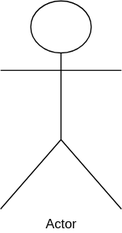
Earlier version of the draw.io export 유스케이스.svg (pjw0808/board). Source tidied: cells renumbered, new cells last; positions are measured from the earlier drawing's top-left corner, leaving out a move shared by most shapes.
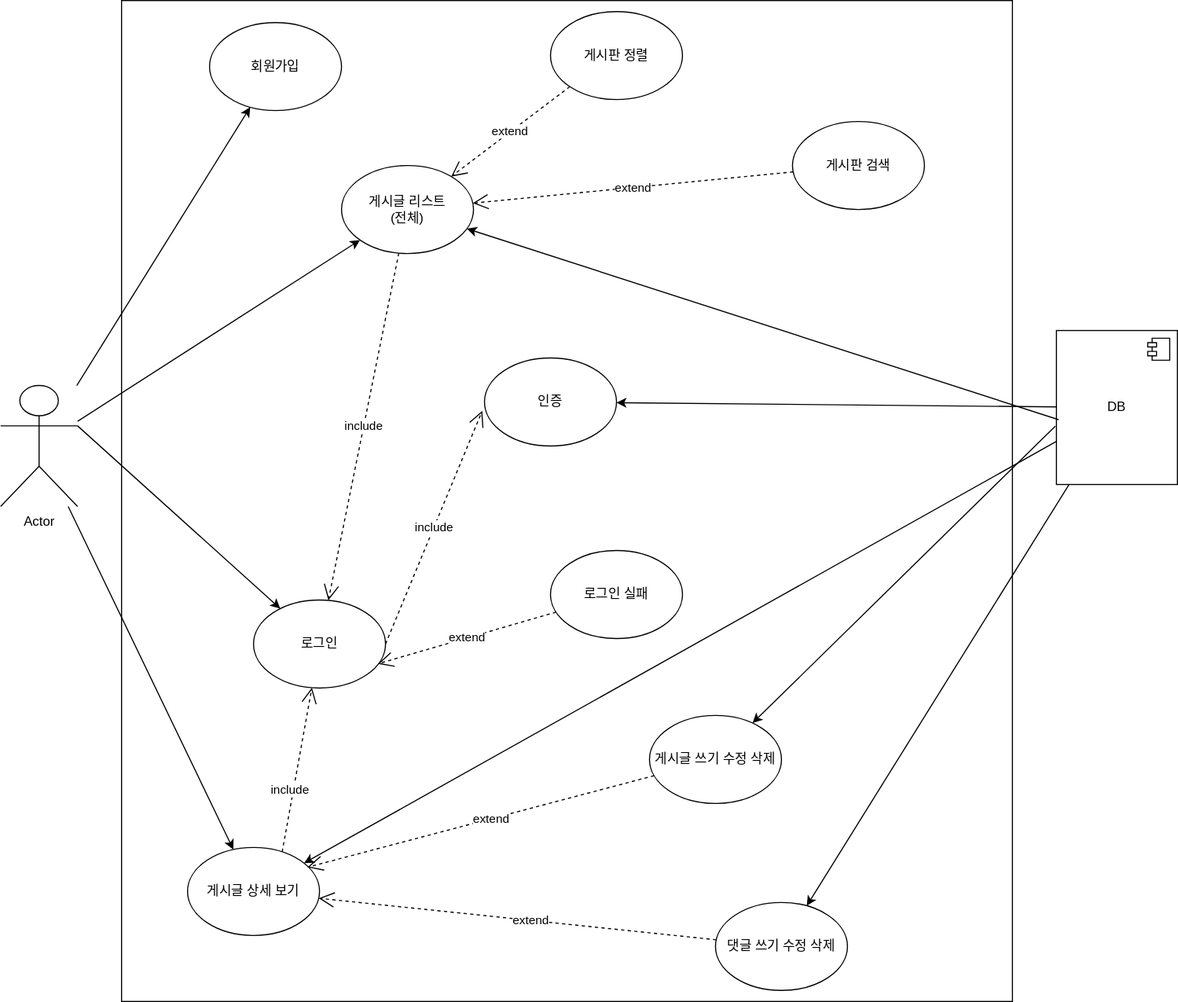
After the commit.

Commit message:
유스케이스.svg 업데이트

Diff of the diagram source:
```diff
@@ -3,7 +3,99 @@
     <mxCell id="0" />
     <mxCell id="1" parent="0" />
     <mxCell id="2" value="Actor" style="shape=umlActor;verticalLabelPosition=bottom;verticalAlign=top;html=1;outlineConnect=0;" parent="1" vertex="1">
-      <mxGeometry width="110" height="190" as="geometry" />
+      <mxGeometry width="70" height="110" as="geometry" />
     </mxCell>
+    <mxCell id="3" style="rounded=0;whiteSpace=wrap;html=1;" parent="1" vertex="1">
+      <mxGeometry x="110" y="-350" width="810" height="910" as="geometry" />
+    </mxCell>
+    <mxCell id="4" value="댓글 쓰기 수정 삭제" style="ellipse;whiteSpace=wrap;html=1;" parent="1" vertex="1">
+      <mxGeometry x="650" y="470" width="120" height="80" as="geometry" />
+    </mxCell>
+    <mxCell id="5" value="회원가입" style="ellipse;whiteSpace=wrap;html=1;" parent="1" vertex="1">
+      <mxGeometry x="190" y="-330" width="120" height="80" as="geometry" />
+    </mxCell>
+    <mxCell id="6" value="게시글 쓰기 수정 삭제" style="ellipse;whiteSpace=wrap;html=1;" parent="1" vertex="1">
+      <mxGeometry x="590" y="300" width="120" height="80" as="geometry" />
+    </mxCell>
+    <mxCell id="7" value="게시글 상세 보기" style="ellipse;whiteSpace=wrap;html=1;" parent="1" vertex="1">
+      <mxGeometry x="170" y="420" width="120" height="80" as="geometry" />
+    </mxCell>
+    <mxCell id="8" value="게시글 리스트&lt;div&gt;(전체)&lt;/div&gt;" style="ellipse;whiteSpace=wrap;html=1;" parent="1" vertex="1">
+      <mxGeometry x="310" y="-200" width="120" height="80" as="geometry" />
+    </mxCell>
+    <mxCell id="9" value="로그인" style="ellipse;whiteSpace=wrap;html=1;" parent="1" vertex="1">
+      <mxGeometry x="230" y="195" width="120" height="80" as="geometry" />
+    </mxCell>
+    <mxCell id="10" value="게시판 정렬" style="ellipse;whiteSpace=wrap;html=1;" parent="1" vertex="1">
+      <mxGeometry x="500" y="-340" width="120" height="80" as="geometry" />
+    </mxCell>
+    <mxCell id="11" value="게시판 검색" style="ellipse;whiteSpace=wrap;html=1;" parent="1" vertex="1">
+      <mxGeometry x="720" y="-240" width="120" height="80" as="geometry" />
+    </mxCell>
+    <mxCell id="12" value="인증" style="ellipse;whiteSpace=wrap;html=1;" parent="1" vertex="1">
+      <mxGeometry x="440" y="-25" width="120" height="80" as="geometry" />
+    </mxCell>
+    <mxCell id="13" style="endArrow=classic;html=1;rounded=0;" parent="1" edge="1" source="2" target="5">
+      <mxGeometry relative="1" as="geometry" />
+    </mxCell>
+    <mxCell id="14" style="endArrow=classic;html=1;rounded=0;" parent="1" edge="1" source="2" target="8">
+      <mxGeometry relative="1" as="geometry" />
+    </mxCell>
+    <mxCell id="15" style="endArrow=classic;html=1;rounded=0;" parent="1" edge="1" source="2" target="7">
+      <mxGeometry relative="1" as="geometry" />
+    </mxCell>
+    <mxCell id="16" style="endArrow=classic;html=1;rounded=0;exitX=1;exitY=0.3333333333333333;exitDx=0;exitDy=0;exitPerimeter=0;" parent="1" edge="1" source="2" target="9">
+      <mxGeometry relative="1" as="geometry" />
+    </mxCell>
+    <mxCell id="17" value="로그인 실패" style="ellipse;whiteSpace=wrap;html=1;" parent="1" vertex="1">
+      <mxGeometry x="500" y="150" width="120" height="80" as="geometry" />
+    </mxCell>
+    <mxCell id="18" value="include" style="endArrow=open;endSize=12;dashed=1;html=1;rounded=0;exitX=1;exitY=0.5;exitDx=0;exitDy=0;entryX=-0.017;entryY=0.6;entryDx=0;entryDy=0;entryPerimeter=0;" parent="1" edge="1" source="9" target="12">
+      <mxGeometry relative="1" as="geometry" />
+    </mxCell>
+    <mxCell id="19" value="extend" style="endArrow=open;endSize=12;dashed=1;html=1;rounded=0;entryX=0.942;entryY=0.725;entryDx=0;entryDy=0;entryPerimeter=0;" parent="1" edge="1" source="17" target="9">
+      <mxGeometry relative="1" as="geometry" />
+    </mxCell>
+    <mxCell id="20" value="extend" style="endArrow=open;endSize=12;dashed=1;html=1;rounded=0;" parent="1" edge="1" source="4" target="7">
+      <mxGeometry x="-0.06" relative="1" as="geometry" />
+    </mxCell>
+    <mxCell id="21" value="extend" style="endArrow=open;endSize=12;dashed=1;html=1;rounded=0;exitX=0;exitY=1;exitDx=0;exitDy=0;" parent="1" edge="1" source="10" target="8">
+      <mxGeometry relative="1" as="geometry" />
+    </mxCell>
+    <mxCell id="22" value="include" style="endArrow=open;endSize=12;dashed=1;html=1;rounded=0;exitX=0.717;exitY=0.05;exitDx=0;exitDy=0;exitPerimeter=0;" parent="1" edge="1" source="7" target="9">
+      <mxGeometry x="-0.26" y="3" relative="1" as="geometry" />
+    </mxCell>
+    <mxCell id="23" value="extend" style="endArrow=open;endSize=12;dashed=1;html=1;rounded=0;entryX=0.908;entryY=0.225;entryDx=0;entryDy=0;entryPerimeter=0;" parent="1" edge="1" source="6" target="7">
+      <mxGeometry x="-0.06" relative="1" as="geometry" />
+    </mxCell>
+    <mxCell id="24" value="extend" style="endArrow=open;endSize=12;dashed=1;html=1;rounded=0;" parent="1" edge="1" source="11" target="8">
+      <mxGeometry relative="1" as="geometry" />
+    </mxCell>
+    <mxCell id="25" value="include" style="endArrow=open;endSize=12;dashed=1;html=1;rounded=0;" parent="1" edge="1" source="8" target="9">
+      <mxGeometry relative="1" as="geometry" />
+    </mxCell>
+    <mxCell id="26" value="DB" style="html=1;whiteSpace=wrap;" parent="1" vertex="1">
+      <mxGeometry x="960" y="-50" width="110" height="140" as="geometry" />
+    </mxCell>
+    <mxCell id="27" style="shape=module;jettyWidth=8;jettyHeight=4;" parent="26" vertex="1">
+      <mxGeometry x="1" width="20" height="20" relative="1" as="geometry">
+        <mxPoint x="-27" y="7" as="offset" />
+      </mxGeometry>
+    </mxCell>
+    <mxCell id="28" style="endArrow=classic;html=1;rounded=0;" parent="1" edge="1" source="26" target="12">
+      <mxGeometry relative="1" as="geometry" />
+    </mxCell>
+    <mxCell id="29" style="endArrow=classic;html=1;rounded=0;exitX=0.018;exitY=0.579;exitDx=0;exitDy=0;exitPerimeter=0;" parent="1" edge="1" source="26" target="8">
+      <mxGeometry relative="1" as="geometry" />
+    </mxCell>
+    <mxCell id="30" style="endArrow=classic;html=1;rounded=0;exitX=-0.009;exitY=0.621;exitDx=0;exitDy=0;exitPerimeter=0;" parent="1" edge="1" source="26" target="6">
+      <mxGeometry relative="1" as="geometry" />
+    </mxCell>
+    <mxCell id="31" style="endArrow=classic;html=1;rounded=0;" parent="1" edge="1" source="26" target="4">
+      <mxGeometry relative="1" as="geometry" />
+    </mxCell>
+    <mxCell id="32" style="endArrow=classic;html=1;rounded=0;" parent="1" edge="1" source="26" target="7">
+      <mxGeometry relative="1" as="geometry" />
+    </mxCell>
   </root>
 </mxGraphModel>
```
